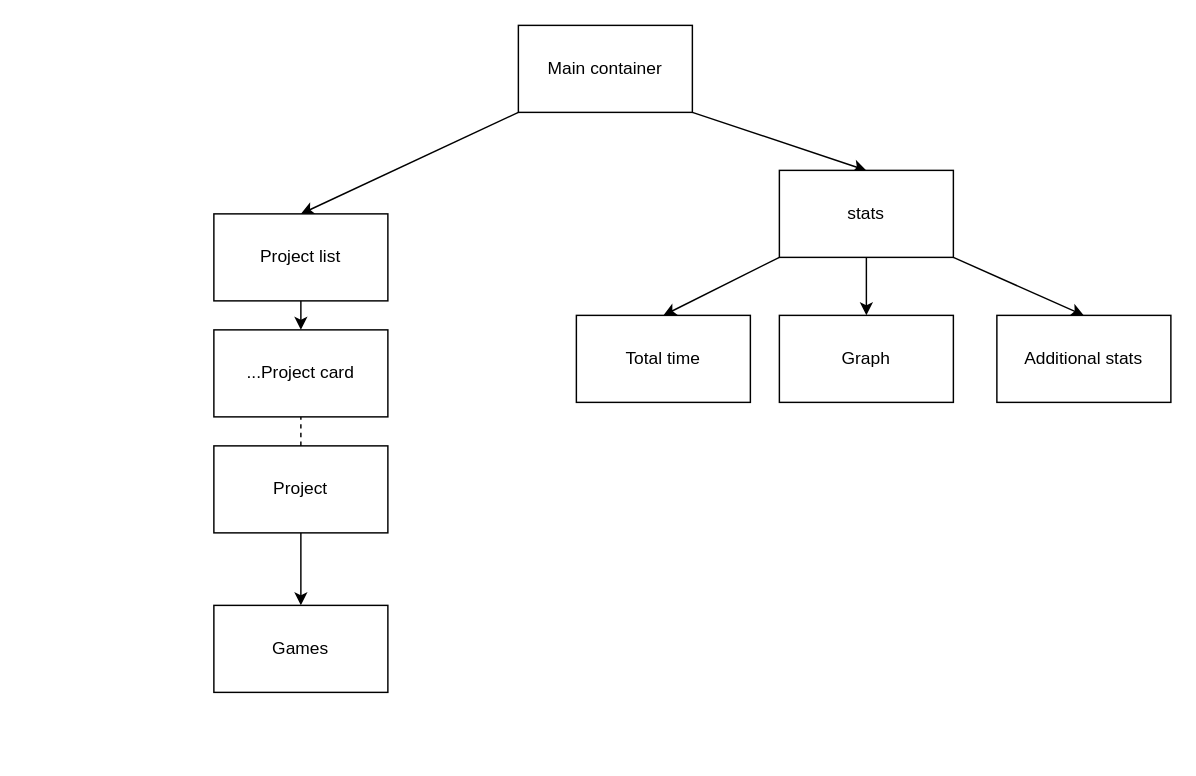
Before: main.drawio in ekollie/Pomodoro, a draw.io diagram. Source tidied: cells renumbered, new cells numbered last; positions are measured from the earlier drawing's top-left corner, leaving out a move shared by most shapes. Both pictures are drawn from the tidied source at 145%, with x=0, y=0 at pixel (213, 25).
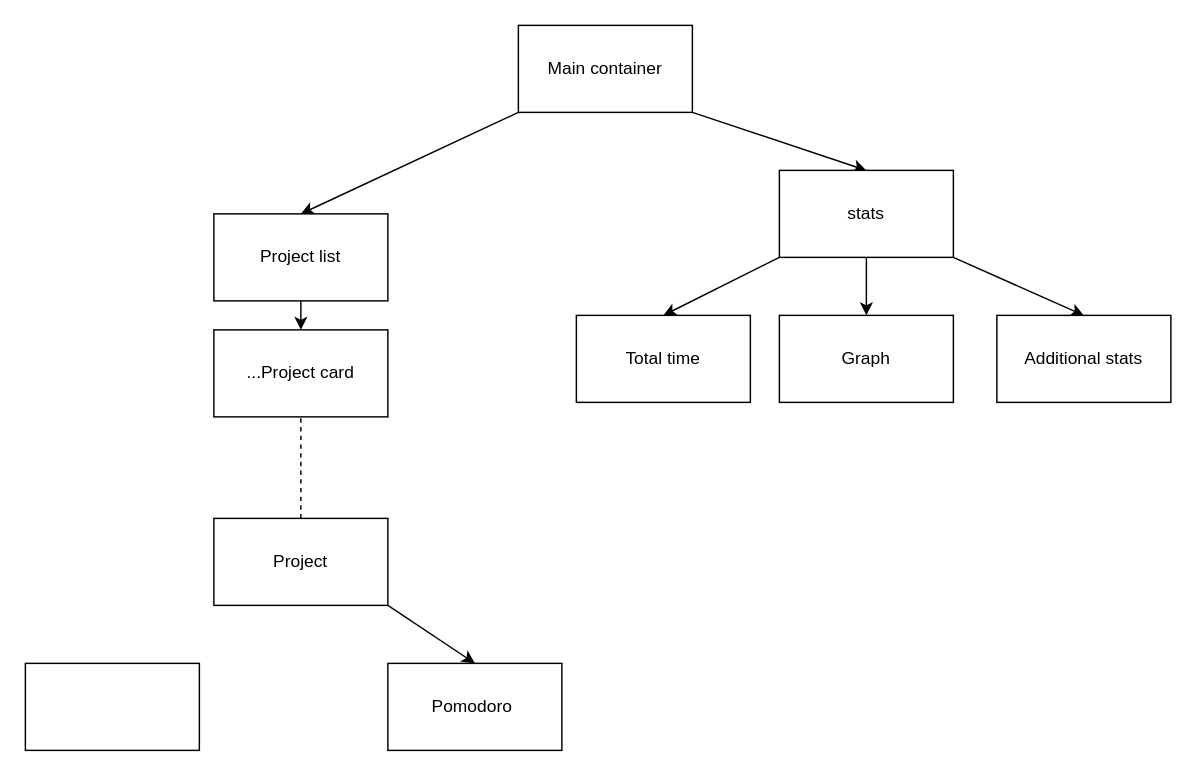
After the change.

What changed in the source:
```diff
@@
 <mxGraphModel>
   <root>
     <mxCell id="0" />
     <mxCell id="1" parent="0" />
     <mxCell id="2" style="edgeStyle=none;html=1;exitX=0;exitY=1;exitDx=0;exitDy=0;entryX=0.5;entryY=0;entryDx=0;entryDy=0;" parent="1" edge="1" source="4" target="6">
       <mxGeometry relative="1" as="geometry" />
     </mxCell>
     <mxCell id="3" style="edgeStyle=none;html=1;exitX=1;exitY=1;exitDx=0;exitDy=0;entryX=0.5;entryY=0;entryDx=0;entryDy=0;" parent="1" edge="1" source="4" target="10">
       <mxGeometry relative="1" as="geometry" />
     </mxCell>
     <mxCell id="4" value="Main container" style="rounded=0;whiteSpace=wrap;html=1;" parent="1" vertex="1">
       <mxGeometry x="210" width="120" height="60" as="geometry" />
     </mxCell>
     <mxCell id="5" style="edgeStyle=none;html=1;exitX=0.5;exitY=1;exitDx=0;exitDy=0;entryX=0.5;entryY=0;entryDx=0;entryDy=0;" parent="1" edge="1" source="6" target="14">
       <mxGeometry relative="1" as="geometry" />
     </mxCell>
     <mxCell id="6" value="Project list" style="rounded=0;whiteSpace=wrap;html=1;" parent="1" vertex="1">
       <mxGeometry y="130" width="120" height="60" as="geometry" />
     </mxCell>
     <mxCell id="7" style="edgeStyle=none;html=1;exitX=0.5;exitY=1;exitDx=0;exitDy=0;entryX=0.5;entryY=0;entryDx=0;entryDy=0;" parent="1" edge="1" source="10" target="12">
       <mxGeometry relative="1" as="geometry" />
     </mxCell>
     <mxCell id="8" style="edgeStyle=none;html=1;exitX=0;exitY=1;exitDx=0;exitDy=0;entryX=0.5;entryY=0;entryDx=0;entryDy=0;" parent="1" edge="1" source="10" target="11">
       <mxGeometry relative="1" as="geometry" />
     </mxCell>
     <mxCell id="9" style="edgeStyle=none;html=1;exitX=1;exitY=1;exitDx=0;exitDy=0;entryX=0.5;entryY=0;entryDx=0;entryDy=0;" parent="1" edge="1" source="10" target="13">
       <mxGeometry relative="1" as="geometry" />
     </mxCell>
     <mxCell id="10" value="stats" style="rounded=0;whiteSpace=wrap;html=1;" parent="1" vertex="1">
       <mxGeometry x="390" y="100" width="120" height="60" as="geometry" />
     </mxCell>
     <mxCell id="11" value="Total time" style="rounded=0;whiteSpace=wrap;html=1;" parent="1" vertex="1">
       <mxGeometry x="250" y="200" width="120" height="60" as="geometry" />
     </mxCell>
     <mxCell id="12" value="Graph" style="rounded=0;whiteSpace=wrap;html=1;" parent="1" vertex="1">
       <mxGeometry x="390" y="200" width="120" height="60" as="geometry" />
     </mxCell>
     <mxCell id="13" value="Additional stats" style="rounded=0;whiteSpace=wrap;html=1;" parent="1" vertex="1">
       <mxGeometry x="540" y="200" width="120" height="60" as="geometry" />
     </mxCell>
     <mxCell id="14" value="...Project card" style="rounded=0;whiteSpace=wrap;html=1;" parent="1" vertex="1">
       <mxGeometry y="210" width="120" height="60" as="geometry" />
     </mxCell>
-    <mxCell id="15" style="edgeStyle=none;html=1;exitX=0.5;exitY=1;exitDx=0;exitDy=0;" parent="1" edge="1" source="18" target="16">
-      <mxGeometry relative="1" as="geometry" />
-    </mxCell>
-    <mxCell id="16" value="Games" style="rounded=0;whiteSpace=wrap;html=1;" parent="1" vertex="1">
-      <mxGeometry y="400" width="120" height="60" as="geometry" />
+    <mxCell id="16" value="Pomodoro&amp;nbsp;" style="rounded=0;whiteSpace=wrap;html=1;" parent="1" vertex="1">
+      <mxGeometry x="120" y="440" width="120" height="60" as="geometry" />
     </mxCell>
     <mxCell id="17" style="endArrow=none;dashed=1;html=1;entryX=0.5;entryY=1;entryDx=0;entryDy=0;exitX=0.5;exitY=0;exitDx=0;exitDy=0;" parent="1" edge="1" source="18" target="14">
       <mxGeometry relative="1" as="geometry" />
     </mxCell>
+    <mxCell id="15" style="edgeStyle=none;html=1;exitX=1;exitY=1;exitDx=0;exitDy=0;entryX=0.5;entryY=0;entryDx=0;entryDy=0;" parent="1" edge="1" source="18" target="16">
+      <mxGeometry relative="1" as="geometry" />
+    </mxCell>
     <mxCell id="18" value="Project" style="rounded=0;whiteSpace=wrap;html=1;" parent="1" vertex="1">
-      <mxGeometry y="290" width="120" height="60" as="geometry" />
+      <mxGeometry y="340" width="120" height="60" as="geometry" />
     </mxCell>
+    <mxCell id="19" style="rounded=0;whiteSpace=wrap;html=1;" parent="1" vertex="1">
+      <mxGeometry x="-130" y="440" width="120" height="60" as="geometry" />
+    </mxCell>
   </root>
 </mxGraphModel>
```
